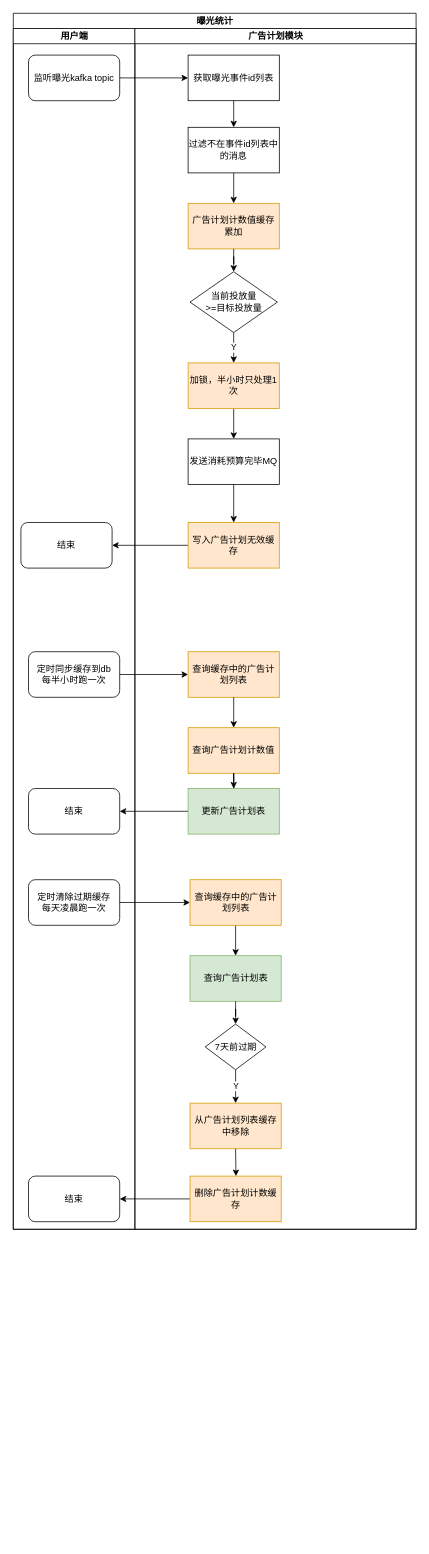
Earlier version of the draw.io diagram page "曝光统计" (5 of 9) of 商业化广告.drawio (pekah/Draw). Source tidied: cells renumbered, new cells numbered last; positions are measured from the earlier drawing's top-left corner, leaving out a move shared by most shapes. Both pictures are drawn from the tidied source at 76%, with x=0, y=0 at pixel (13, 13).
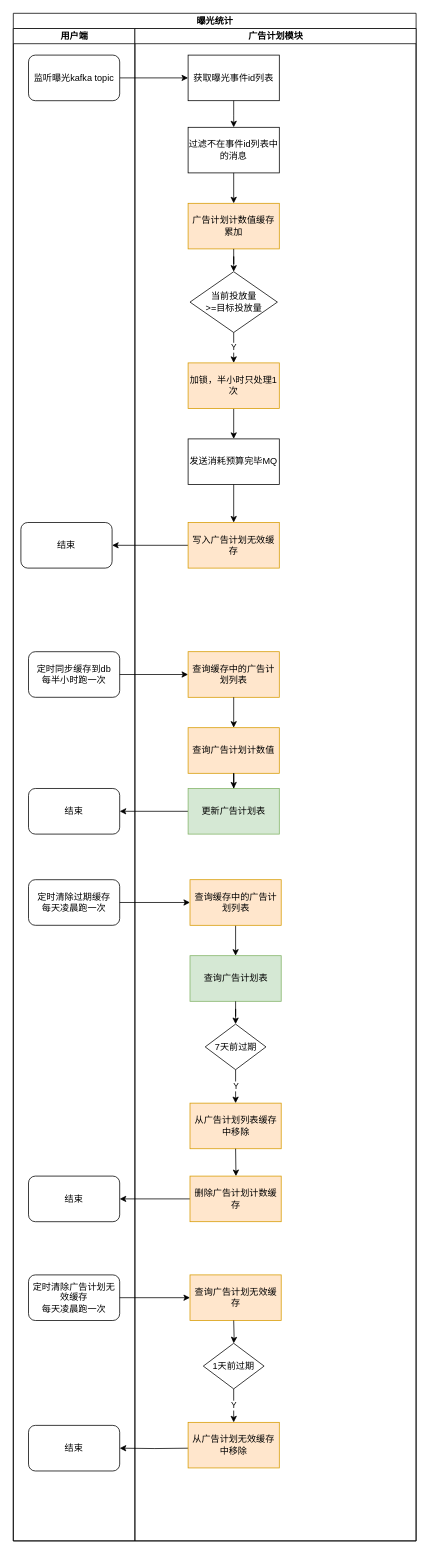
After the change.

Commit message:
更新商业化广告.drawio

What changed in the source:
```diff
@@
     <mxCell id="2" value="曝光统计" style="swimlane;html=1;startSize=20;" parent="1" vertex="1">
-      <mxGeometry width="530" height="1600" as="geometry" />
+      <mxGeometry width="530" height="2010" as="geometry" />
     </mxCell>
@@
     <mxCell id="4" value="用户端" style="swimlane;html=1;startSize=20;" parent="2" vertex="1">
-      <mxGeometry y="20" width="160" height="1580" as="geometry" />
+      <mxGeometry y="20" width="160" height="1990" as="geometry" />
     </mxCell>
@@
+    <mxCell id="44" value="结束" style="rounded=1;whiteSpace=wrap;html=1;" parent="4" vertex="1">
+      <mxGeometry x="20" y="1838" width="120" height="60" as="geometry" />
+    </mxCell>
+    <mxCell id="45" style="edgeStyle=orthogonalEdgeStyle;rounded=0;jettySize=auto;html=1;exitX=0;exitY=0.5;exitDx=0;exitDy=0;entryX=1;entryY=0.5;entryDx=0;entryDy=0;" parent="4" edge="1" target="44">
+      <mxGeometry relative="1" as="geometry">
+        <mxPoint x="232.5" y="1868" as="sourcePoint" />
+      </mxGeometry>
+    </mxCell>
@@
     <mxCell id="15" value="广告计划模块" style="swimlane;html=1;startSize=20;" parent="2" vertex="1">
-      <mxGeometry x="160" y="20" width="370" height="1580" as="geometry" />
+      <mxGeometry x="160" y="20" width="370" height="1990" as="geometry" />
     </mxCell>
@@
+    <mxCell id="46" value="定时清除广告计划无效缓存&lt;br&gt;每天凌晨跑一次" style="rounded=1;whiteSpace=wrap;html=1;" parent="15" vertex="1">
+      <mxGeometry x="-140" y="1640" width="120" height="60" as="geometry" />
+    </mxCell>
+    <mxCell id="47" style="edgeStyle=orthogonalEdgeStyle;rounded=0;jettySize=auto;html=1;entryX=0;entryY=0.5;entryDx=0;entryDy=0;" parent="15" edge="1" source="46" target="48">
+      <mxGeometry relative="1" as="geometry" />
+    </mxCell>
+    <mxCell id="48" value="查询广告计划无效缓存" style="rounded=0;whiteSpace=wrap;html=1;fillColor=#ffe6cc;strokeColor=#d79b00;" parent="15" vertex="1">
+      <mxGeometry x="72.5" y="1640" width="120" height="60" as="geometry" />
+    </mxCell>
+    <mxCell id="49" value="1天前过期" style="rhombus;whiteSpace=wrap;html=1;" parent="15" vertex="1">
+      <mxGeometry x="90" y="1730" width="80" height="60" as="geometry" />
+    </mxCell>
+    <mxCell id="50" style="edgeStyle=orthogonalEdgeStyle;rounded=0;jettySize=auto;html=1;exitX=0.5;exitY=1;exitDx=0;exitDy=0;" parent="15" edge="1" target="49">
+      <mxGeometry relative="1" as="geometry">
+        <mxPoint x="130" y="1700" as="sourcePoint" />
+      </mxGeometry>
+    </mxCell>
+    <mxCell id="51" value="从广告计划无效缓存中移除" style="rounded=0;whiteSpace=wrap;html=1;fillColor=#ffe6cc;strokeColor=#d79b00;" parent="15" vertex="1">
+      <mxGeometry x="70" y="1834" width="120" height="60" as="geometry" />
+    </mxCell>
+    <mxCell id="52" value="Y" style="edgeStyle=orthogonalEdgeStyle;rounded=0;jettySize=auto;html=1;entryX=0.5;entryY=0;entryDx=0;entryDy=0;" parent="15" edge="1" source="49" target="51">
+      <mxGeometry relative="1" as="geometry" />
+    </mxCell>
```
